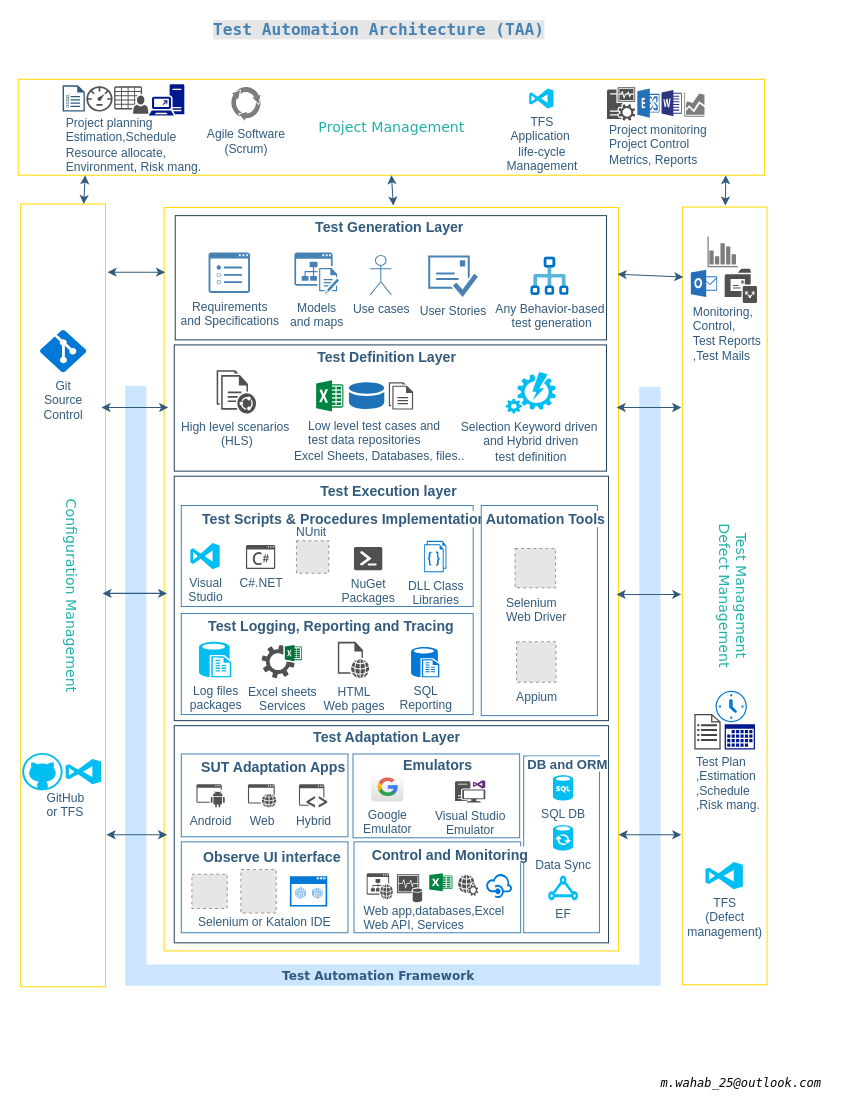
Above: KeywordDriven.Docs/draw.io/Test_Automation_Architecture.drawio in mwahab25/KeywordDriven (draw.io), before the change. Source tidied: cells renumbered, new cells numbered last; positions are measured from the earlier drawing's top-left corner, leaving out a move shared by most shapes. Both pictures are drawn from the tidied source at 101%, with x=0, y=0 at pixel (-329, 17). Pictures stored in the file or linked from it are replaced by grey dashed boxes.
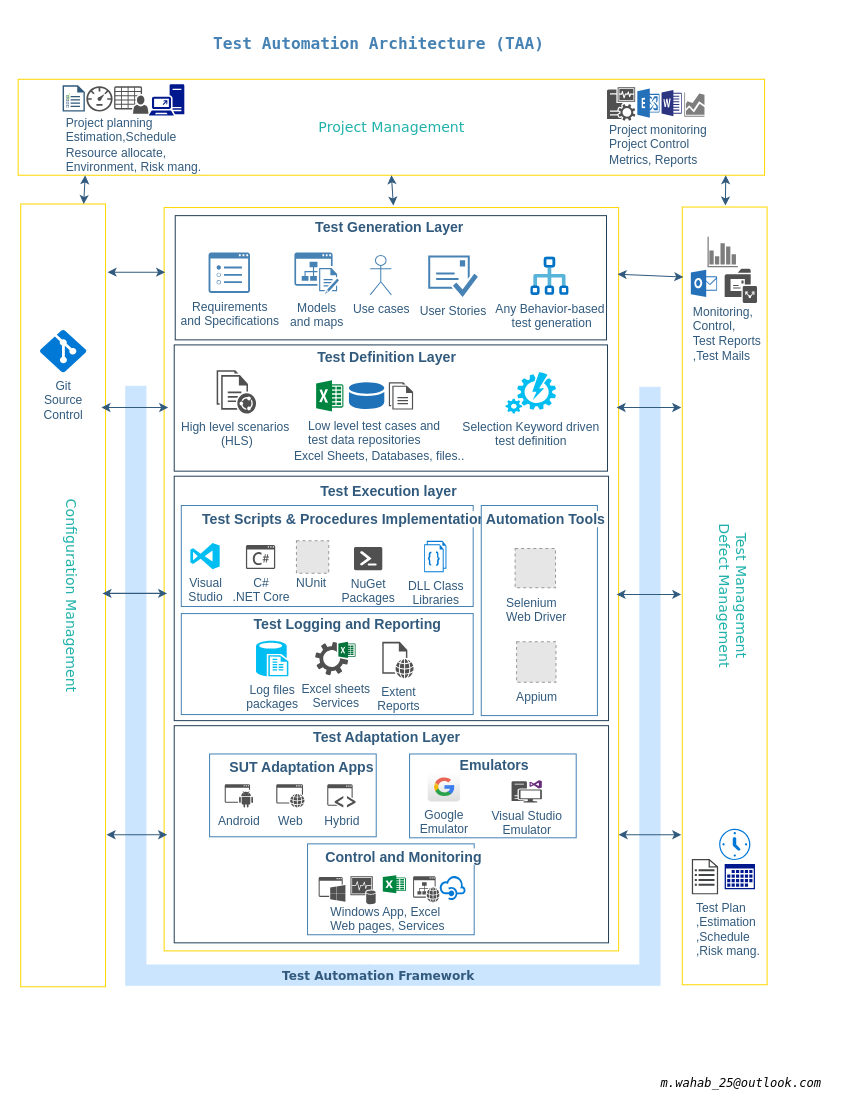
Above is the later version.

What changed in the source:
```diff
@@
-    <mxCell id="2" value="&lt;font style=&quot;font-size: 16px;&quot;&gt;Test Automation Architecture (TAA)&lt;/font&gt;" style="text;html=1;align=left;verticalAlign=top;spacingTop=-4;fontFamily=Lucida Console;fontStyle=1;fontColor=#4682b4;fontSize=16;labelBackgroundColor=#E6E6E6;" parent="1" vertex="1">
-      <mxGeometry x="535" width="348" height="18" as="geometry" />
+    <mxCell id="2" value="&lt;font style=&quot;font-size: 16px;&quot;&gt;Test Automation Architecture (TAA)&lt;/font&gt;" style="text;html=1;align=left;verticalAlign=top;spacingTop=-4;fontFamily=Lucida Console;fontStyle=1;fontColor=#4682b4;fontSize=16;labelBackgroundColor=none;" parent="1" vertex="1">
+      <mxGeometry x="535" y="14" width="348" height="18" as="geometry" />
     </mxCell>
@@
     <mxCell id="11" style="rounded=0;whiteSpace=wrap;html=1;direction=south;strokeColor=#234059;" parent="1" vertex="1">
-      <mxGeometry x="498" y="324" width="428" height="125" as="geometry" />
+      <mxGeometry x="498" y="324" width="429" height="125" as="geometry" />
     </mxCell>
@@
-    <mxCell id="18" value="Selection Keyword driven&amp;nbsp;&lt;br&gt;and Hybrid driven&lt;br&gt;test definition" style="verticalLabelPosition=bottom;html=1;verticalAlign=top;align=center;strokeColor=none;fillColor=#00BEF2;shape=mxgraph.azure.automation;fontColor=#315A7D;" parent="1" vertex="1">
+    <mxCell id="18" value="Selection Keyword driven&lt;br&gt;test definition" style="verticalLabelPosition=bottom;html=1;verticalAlign=top;align=center;strokeColor=none;fillColor=#00BEF2;shape=mxgraph.azure.automation;fontColor=#315A7D;" parent="1" vertex="1">
       <mxGeometry x="826" y="351" width="50" height="41" as="geometry" />
     </mxCell>
@@
-    <mxCell id="25" value="C#.NET" style="shadow=0;dashed=0;html=1;strokeColor=none;fillColor=#505050;labelPosition=center;verticalLabelPosition=bottom;verticalAlign=top;align=center;shape=mxgraph.office.communications.ucma_application;fontColor=#315A7D;" parent="1" vertex="1">
+    <mxCell id="25" value="C#&lt;br&gt;.NET Core" style="shadow=0;dashed=0;html=1;strokeColor=none;fillColor=#505050;labelPosition=center;verticalLabelPosition=bottom;verticalAlign=top;align=center;shape=mxgraph.office.communications.ucma_application;fontColor=#315A7D;" parent="1" vertex="1">
       <mxGeometry x="569" y="522" width="29" height="24" as="geometry" />
     </mxCell>
@@
-    <mxCell id="27" value="&lt;span style=&quot;background-color: rgb(255 , 255 , 255)&quot;&gt;Test Logging, Reporting and Tracing&lt;/span&gt;" style="text;html=1;align=left;verticalAlign=top;spacingTop=-4;fontSize=14;fontFamily=Calibri;fontColor=#315A7D;fontStyle=1;" parent="1" vertex="1">
-      <mxGeometry x="529.5" y="592" width="220" height="20" as="geometry" />
+    <mxCell id="27" value="&lt;span style=&quot;background-color: rgb(255 , 255 , 255)&quot;&gt;Test Logging and Reporting&lt;/span&gt;" style="text;html=1;align=left;verticalAlign=top;spacingTop=-4;fontSize=14;fontFamily=Calibri;fontColor=#315A7D;fontStyle=1;" parent="1" vertex="1">
+      <mxGeometry x="574.5" y="590" width="166" height="17" as="geometry" />
     </mxCell>
-    <mxCell id="28" value="HTML&lt;br&gt;Web pages" style="shadow=0;dashed=0;html=1;strokeColor=none;fillColor=#505050;labelPosition=center;verticalLabelPosition=bottom;verticalAlign=top;align=center;shape=mxgraph.office.concepts.web_page;fontColor=#315A7D;" parent="1" vertex="1">
-      <mxGeometry x="660" y="618" width="31" height="36" as="geometry" />
+    <mxCell id="28" value="Extent &lt;br&gt;Reports" style="shadow=0;dashed=0;html=1;strokeColor=none;fillColor=#505050;labelPosition=center;verticalLabelPosition=bottom;verticalAlign=top;align=center;shape=mxgraph.office.concepts.web_page;fontColor=#315A7D;" parent="1" vertex="1">
+      <mxGeometry x="704" y="618" width="31" height="36" as="geometry" />
     </mxCell>
     <mxCell id="29" value="Excel sheets&lt;br&gt;Services" style="shadow=0;dashed=0;html=1;strokeColor=none;fillColor=#505050;labelPosition=center;verticalLabelPosition=bottom;verticalAlign=top;align=center;shape=mxgraph.office.services.excel_services;fontColor=#315A7D;" parent="1" vertex="1">
-      <mxGeometry x="584.5" y="621" width="40" height="33" as="geometry" />
+      <mxGeometry x="637.5" y="618" width="40" height="33" as="geometry" />
     </mxCell>
@@
     <mxCell id="31" value="Log files &lt;br&gt;packages" style="verticalLabelPosition=bottom;html=1;verticalAlign=top;align=center;strokeColor=none;fillColor=#00BEF2;shape=mxgraph.azure.sql_reporting;fontColor=#315A7D;" parent="1" vertex="1">
-      <mxGeometry x="522.5" y="618" width="32" height="35" as="geometry" />
+      <mxGeometry x="579" y="617" width="32" height="35" as="geometry" />
     </mxCell>
@@
     <mxCell id="33" value="NUnit" style="text;html=1;align=left;verticalAlign=top;spacingTop=-4;fontColor=#315A7D;" parent="1" vertex="1">
-      <mxGeometry x="617" y="500" width="50" height="20" as="geometry" />
+      <mxGeometry x="617" y="550" width="50" height="20" as="geometry" />
     </mxCell>
@@
     <mxCell id="44" style="rounded=0;whiteSpace=wrap;html=1;direction=south;strokeColor=#4682B4;fillColor=#ffffff;" parent="1" vertex="1">
-      <mxGeometry x="505" y="729" width="165" height="82" as="geometry" />
+      <mxGeometry x="533" y="729" width="165" height="82" as="geometry" />
     </mxCell>
     <mxCell id="45" value="&lt;span style=&quot;background-color: rgb(255 , 255 , 255)&quot;&gt;SUT Adaptation Apps&lt;/span&gt;" style="text;html=1;align=left;verticalAlign=top;spacingTop=-4;fontSize=14;fontFamily=Calibri;fontColor=#315A7D;fontStyle=1;" parent="1" vertex="1">
-      <mxGeometry x="523" y="731" width="140" height="20" as="geometry" />
+      <mxGeometry x="551" y="731" width="140" height="20" as="geometry" />
     </mxCell>
     <mxCell id="46" value="Android" style="shadow=0;dashed=0;html=1;strokeColor=none;fillColor=#505050;labelPosition=center;verticalLabelPosition=bottom;verticalAlign=top;align=center;shape=mxgraph.office.concepts.application_android;fontColor=#315A7D;" parent="1" vertex="1">
-      <mxGeometry x="520" y="759" width="28" height="23" as="geometry" />
+      <mxGeometry x="548" y="759" width="28" height="23" as="geometry" />
     </mxCell>
     <mxCell id="47" value="Web" style="shadow=0;dashed=0;html=1;strokeColor=none;fillColor=#505050;labelPosition=center;verticalLabelPosition=bottom;verticalAlign=top;align=center;shape=mxgraph.office.concepts.application_web;fontColor=#315A7D;" parent="1" vertex="1">
-      <mxGeometry x="571" y="759" width="28" height="23" as="geometry" />
+      <mxGeometry x="599" y="759" width="28" height="23" as="geometry" />
     </mxCell>
     <mxCell id="48" value="Hybrid" style="shadow=0;dashed=0;html=1;strokeColor=none;fillColor=#505050;labelPosition=center;verticalLabelPosition=bottom;verticalAlign=top;align=center;shape=mxgraph.office.concepts.application_hybrid;fontColor=#315A7D;" parent="1" vertex="1">
-      <mxGeometry x="621.5" y="759" width="28" height="23" as="geometry" />
+      <mxGeometry x="649.5" y="759" width="28" height="23" as="geometry" />
     </mxCell>
-    <mxCell id="49" style="rounded=0;whiteSpace=wrap;html=1;direction=south;strokeColor=#4682B4;fillColor=#ffffff;" parent="1" vertex="1">
-      <mxGeometry x="844" y="731" width="75" height="175" as="geometry" />
-    </mxCell>
-    <mxCell id="50" value="&lt;span style=&quot;background-color: rgb(255, 255, 255); font-size: 13px;&quot;&gt;DB and ORM&lt;/span&gt;" style="text;html=1;align=left;verticalAlign=top;spacingTop=-4;fontSize=13;fontFamily=Calibri;fontColor=#315A7D;fontStyle=1;" parent="1" vertex="1">
-      <mxGeometry x="846" y="729" width="90" height="16" as="geometry" />
-    </mxCell>
-    <mxCell id="51" value="SQL DB" style="verticalLabelPosition=bottom;html=1;verticalAlign=top;align=center;strokeColor=none;fillColor=#00BEF2;shape=mxgraph.azure.sql_database;fontColor=#315A7D;" parent="1" vertex="1">
-      <mxGeometry x="873" y="750" width="20" height="25" as="geometry" />
-    </mxCell>
-    <mxCell id="52" value="SQL &lt;br&gt;Reporting" style="shadow=0;dashed=0;html=1;strokeColor=none;labelPosition=center;verticalLabelPosition=bottom;verticalAlign=top;align=center;shape=mxgraph.azure.sql_reporting;fillColor=#0078D7;fontColor=#315A7D;" parent="1" vertex="1">
-      <mxGeometry x="732.5" y="623" width="28" height="30" as="geometry" />
-    </mxCell>
-    <mxCell id="53" value="Data Sync" style="verticalLabelPosition=bottom;html=1;verticalAlign=top;align=center;strokeColor=none;fillColor=#00BEF2;shape=mxgraph.azure.sql_datasync;fontColor=#315A7D;" parent="1" vertex="1">
-      <mxGeometry x="873" y="799.5" width="20" height="25" as="geometry" />
-    </mxCell>
-    <mxCell id="54" value="EF&lt;br&gt;" style="verticalLabelPosition=bottom;html=1;verticalAlign=top;align=center;strokeColor=none;fillColor=#00BEF2;shape=mxgraph.azure.express_route;fontColor=#315A7D;" parent="1" vertex="1">
-      <mxGeometry x="868" y="849" width="30" height="25" as="geometry" />
-    </mxCell>
     <mxCell id="55" style="rounded=0;whiteSpace=wrap;html=1;direction=south;strokeColor=#4682B4;fillColor=#ffffff;" parent="1" vertex="1">
-      <mxGeometry x="675" y="729" width="165" height="83" as="geometry" />
+      <mxGeometry x="731" y="729" width="165" height="83" as="geometry" />
     </mxCell>
     <mxCell id="56" value="&lt;span style=&quot;background-color: rgb(255 , 255 , 255)&quot;&gt;Emulators&lt;/span&gt;" style="text;html=1;align=left;verticalAlign=top;spacingTop=-4;fontSize=14;fontFamily=Calibri;fontColor=#315A7D;fontStyle=1;" parent="1" vertex="1">
-      <mxGeometry x="723" y="729" width="70" height="20" as="geometry" />
+      <mxGeometry x="779" y="729" width="70" height="20" as="geometry" />
     </mxCell>
     <mxCell id="57" value="Google&lt;br&gt;Emulator" style="dashed=0;html=1;align=center;labelPosition=center;verticalLabelPosition=bottom;verticalAlign=top;shape=mxgraph.webicons.google;fillColor=#FFFFFF;gradientColor=#DFDEDE;fontColor=#315A7D;" parent="1" vertex="1">
-      <mxGeometry x="693" y="747" width="32" height="29" as="geometry" />
+      <mxGeometry x="749" y="747" width="32" height="29" as="geometry" />
     </mxCell>
     <mxCell id="58" value="Visual Studio&lt;br&gt;Emulator" style="shadow=0;dashed=0;html=1;strokeColor=none;fillColor=#505050;labelPosition=center;verticalLabelPosition=bottom;verticalAlign=top;align=center;shape=mxgraph.office.devices.workstation_visual_studio;fontColor=#315A7D;" parent="1" vertex="1">
-      <mxGeometry x="776" y="755" width="30" height="22" as="geometry" />
+      <mxGeometry x="832" y="755" width="30" height="22" as="geometry" />
     </mxCell>
-    <mxCell id="59" style="rounded=0;whiteSpace=wrap;html=1;direction=south;strokeColor=#4682B4;fillColor=#ffffff;" parent="1" vertex="1">
-      <mxGeometry x="505" y="816" width="165" height="90" as="geometry" />
-    </mxCell>
-    <mxCell id="60" value="&lt;span style=&quot;background-color: rgb(255 , 255 , 255)&quot;&gt;Observe UI interface&lt;/span&gt;" style="text;html=1;align=left;verticalAlign=top;spacingTop=-4;fontSize=14;fontFamily=Calibri;fontColor=#315A7D;fontStyle=1;" parent="1" vertex="1">
-      <mxGeometry x="524.5" y="820" width="130" height="20" as="geometry" />
-    </mxCell>
-    <mxCell id="61" style="fillColor=#E6E6E6;strokeColor=#999999;dashed=1;" parent="1" vertex="1">
-      <mxGeometry x="515.5" y="848" width="35" height="34" as="geometry" />
-    </mxCell>
-    <mxCell id="62" style="fillColor=#E6E6E6;strokeColor=#999999;dashed=1;" parent="1" vertex="1">
-      <mxGeometry x="564" y="843.5" width="35" height="43" as="geometry" />
-    </mxCell>
-    <mxCell id="63" value="Selenium or Katalon IDE" style="text;html=1;align=left;verticalAlign=top;spacingTop=-4;fontColor=#315A7D;" parent="1" vertex="1">
-      <mxGeometry x="520" y="885.5" width="150" height="20" as="geometry" />
-    </mxCell>
-    <mxCell id="64" style="shadow=0;dashed=0;html=1;strokeColor=none;labelPosition=center;verticalLabelPosition=bottom;verticalAlign=top;align=center;shape=mxgraph.mscae.opsmanager.app_controller;fillColor=#0078D7;fontColor=#315A7D;" parent="1" vertex="1">
-      <mxGeometry x="612.5" y="850" width="37" height="30" as="geometry" />
-    </mxCell>
     <mxCell id="65" style="rounded=0;whiteSpace=wrap;html=1;direction=south;strokeColor=#4682B4;fillColor=#ffffff;" parent="1" vertex="1">
-      <mxGeometry x="676" y="816" width="165" height="90" as="geometry" />
+      <mxGeometry x="630" y="818" width="165" height="90" as="geometry" />
     </mxCell>
     <mxCell id="66" value="&lt;span style=&quot;background-color: rgb(255 , 255 , 255)&quot;&gt;Control and Monitoring&lt;/span&gt;" style="text;html=1;align=left;verticalAlign=top;spacingTop=-4;fontSize=14;fontFamily=Calibri;fontColor=#315A7D;fontStyle=1;" parent="1" vertex="1">
-      <mxGeometry x="691.5" y="818" width="150" height="20" as="geometry" />
+      <mxGeometry x="645.5" y="820" width="150" height="20" as="geometry" />
     </mxCell>
     <mxCell id="67" style="shadow=0;dashed=0;html=1;strokeColor=none;fillColor=#505050;labelPosition=center;verticalLabelPosition=bottom;verticalAlign=top;align=center;shape=mxgraph.office.concepts.website;fontColor=#315A7D;" parent="1" vertex="1">
-      <mxGeometry x="688.5" y="847" width="26" height="26" as="geometry" />
+      <mxGeometry x="734.5" y="850" width="26" height="26" as="geometry" />
     </mxCell>
     <mxCell id="68" style="shadow=0;dashed=0;html=1;strokeColor=none;fillColor=#505050;labelPosition=center;verticalLabelPosition=bottom;verticalAlign=top;align=center;shape=mxgraph.office.databases.monitoring_store;fontColor=#315A7D;" parent="1" vertex="1">
-      <mxGeometry x="718.5" y="848" width="25" height="28" as="geometry" />
+      <mxGeometry x="672.5" y="850" width="25" height="28" as="geometry" />
     </mxCell>
     <mxCell id="69" style="shadow=0;dashed=0;strokeColor=none;html=1;labelPosition=center;verticalLabelPosition=bottom;verticalAlign=top;align=center;shape=mxgraph.mscae.other.excel;fillColor=#008540;fontColor=#315A7D;" parent="1" vertex="1">
-      <mxGeometry x="750.5" y="847" width="23" height="18" as="geometry" />
+      <mxGeometry x="704.5" y="849" width="23" height="18" as="geometry" />
     </mxCell>
-    <mxCell id="70" value="Web app,databases,Excel&lt;br&gt;Web API, Services" style="text;html=1;align=left;verticalAlign=top;spacingTop=-4;fontColor=#315A7D;" parent="1" vertex="1">
-      <mxGeometry x="683.5" y="875" width="150" height="30" as="geometry" />
+    <mxCell id="70" value="Windows App, Excel&lt;br&gt;Web pages, Services" style="text;html=1;align=left;verticalAlign=top;spacingTop=-4;fontColor=#315A7D;" parent="1" vertex="1">
+      <mxGeometry x="651" y="876" width="123" height="28" as="geometry" />
     </mxCell>
-    <mxCell id="71" style="shadow=0;dashed=0;html=1;strokeColor=none;fillColor=#505050;labelPosition=center;verticalLabelPosition=bottom;verticalAlign=top;align=center;shape=mxgraph.office.concepts.web_services;fontColor=#315A7D;" parent="1" vertex="1">
-      <mxGeometry x="779" y="848.5" width="20" height="21" as="geometry" />
-    </mxCell>
     <mxCell id="72" style="shadow=0;dashed=0;html=1;strokeColor=none;labelPosition=center;verticalLabelPosition=bottom;verticalAlign=top;align=center;shape=mxgraph.mscae.cloud.api_management;fillColor=#0079D6;fontColor=#315A7D;" parent="1" vertex="1">
-      <mxGeometry x="806.5" y="847" width="26" height="25" as="geometry" />
+      <mxGeometry x="760.5" y="849" width="26" height="25" as="geometry" />
     </mxCell>
@@
-    <mxCell id="75" style="verticalLabelPosition=bottom;html=1;verticalAlign=top;align=center;strokeColor=none;fillColor=#00BEF2;shape=mxgraph.azure.team_foundation_service;fontColor=#315A7D;" parent="1" vertex="1">
-      <mxGeometry x="390.5" y="734" width="35" height="25" as="geometry" />
-    </mxCell>
-    <mxCell id="76" value="TFS&lt;br&gt;(Defect &lt;br&gt;management)" style="verticalLabelPosition=bottom;html=1;verticalAlign=top;align=center;strokeColor=none;fillColor=#00BEF2;shape=mxgraph.azure.team_foundation_service;fontColor=#315A7D;" parent="1" vertex="1">
-      <mxGeometry x="1024" y="836" width="37" height="27" as="geometry" />
-    </mxCell>
-    <mxCell id="77" value="GitHub&lt;br&gt;or TFS" style="text;html=1;align=left;verticalAlign=top;spacingTop=-4;fontColor=#315A7D;" parent="1" vertex="1">
-      <mxGeometry x="369.5" y="762.5" width="50" height="30" as="geometry" />
-    </mxCell>
-    <mxCell id="78" style="verticalLabelPosition=bottom;html=1;verticalAlign=top;align=center;strokeColor=none;fillColor=#00BEF2;shape=mxgraph.azure.github_code;fontColor=#315A7D;" parent="1" vertex="1">
-      <mxGeometry x="347.5" y="728" width="40" height="37" as="geometry" />
-    </mxCell>
@@
     <mxCell id="80" style="shadow=0;dashed=0;html=1;strokeColor=none;fillColor=#434445;labelPosition=center;verticalLabelPosition=bottom;verticalAlign=top;align=center;shape=mxgraph.vvd.recovery_plan;fontColor=#315A7D;" parent="1" vertex="1">
-      <mxGeometry x="1013" y="689.5" width="26" height="35" as="geometry" />
+      <mxGeometry x="1010.5" y="833" width="26" height="35" as="geometry" />
     </mxCell>
@@
     <mxCell id="82" style="shadow=0;dashed=0;html=1;strokeColor=none;labelPosition=center;verticalLabelPosition=bottom;verticalAlign=top;align=center;shape=mxgraph.mscae.enterprise.calendar;fillColor=#00188D;fontColor=#315A7D;" parent="1" vertex="1">
-      <mxGeometry x="1043" y="699.5" width="30" height="25" as="geometry" />
+      <mxGeometry x="1043" y="838" width="30" height="25" as="geometry" />
     </mxCell>
@@
     <mxCell id="84" value="Test Plan&lt;br&gt;,Estimation&lt;br&gt;,Schedule&lt;br&gt;,Risk mang." style="text;html=1;align=left;verticalAlign=top;spacingTop=-4;fontColor=#315A7D;" parent="1" vertex="1">
-      <mxGeometry x="1013" y="726.5" width="80" height="60" as="geometry" />
+      <mxGeometry x="1013" y="871.5" width="80" height="60" as="geometry" />
     </mxCell>
     <mxCell id="85" style="shadow=0;dashed=0;html=1;strokeColor=none;labelPosition=center;verticalLabelPosition=bottom;verticalAlign=top;align=center;shape=mxgraph.mscae.general_symbols.clock_time;fillColor=#0078D7;fontColor=#315A7D;" parent="1" vertex="1">
-      <mxGeometry x="1034" y="666.5" width="31" height="31" as="geometry" />
+      <mxGeometry x="1037.5" y="803" width="31" height="31" as="geometry" />
     </mxCell>
@@
-    <mxCell id="88" value="TFS&lt;br&gt;Application&amp;nbsp;&lt;br&gt;life-cycle&lt;br&gt;Management" style="verticalLabelPosition=bottom;html=1;verticalAlign=top;align=center;strokeColor=none;fillColor=#00BEF2;shape=mxgraph.azure.team_foundation_service;fontColor=#315A7D;" parent="1" vertex="1">
-      <mxGeometry x="849.5" y="70" width="24" height="20" as="geometry" />
-    </mxCell>
@@
-    <mxCell id="91" value="Agile Software&lt;br&gt;(Scrum)" style="shadow=0;dashed=0;html=1;strokeColor=none;labelPosition=center;verticalLabelPosition=bottom;verticalAlign=top;align=center;shape=mxgraph.mscae.general.continuous_cycle;fillColor=#7D7D7D;fontColor=#315A7D;" parent="1" vertex="1">
-      <mxGeometry x="554" y="68" width="30" height="34" as="geometry" />
-    </mxCell>
@@
+    <mxCell id="115" style="shadow=0;dashed=0;html=1;strokeColor=none;fillColor=#505050;labelPosition=center;verticalLabelPosition=bottom;verticalAlign=top;align=center;shape=mxgraph.office.concepts.application_windows;" parent="1" vertex="1">
+      <mxGeometry x="641" y="850.8" width="26.5" height="24.5" as="geometry" />
+    </mxCell>
```
